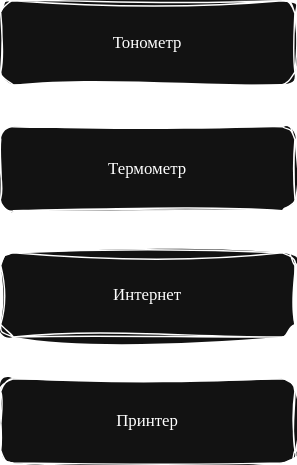
Earlier version of the draw.io export test_2.drawio.svg (KhatsaevK/drawio). Source tidied: cells renumbered, new cells last; positions are measured from the earlier drawing's top-left corner, leaving out a move shared by most shapes.
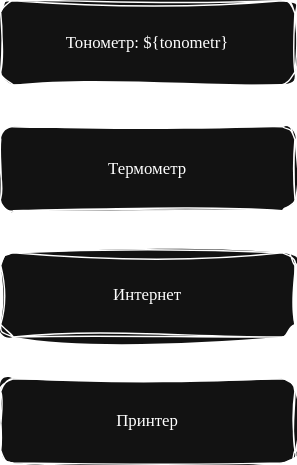
Above is the later version.

Diff of the diagram source:
```diff
@@ -2,7 +2,7 @@
   <root>
     <mxCell id="0" />
     <mxCell id="1" parent="0" />
-    <mxCell id="2" value="Тонометр" style="rounded=1;whiteSpace=wrap;html=1;sketch=1;hachureGap=4;jiggle=2;curveFitting=1;fontFamily=Times New Roman;" parent="1" vertex="1">
+    <mxCell id="2" value="Тонометр: ${tonometr}" style="rounded=1;whiteSpace=wrap;html=1;sketch=1;hachureGap=4;jiggle=2;curveFitting=1;fontFamily=Times New Roman;" parent="1" vertex="1">
       <mxGeometry width="210" height="60" as="geometry" />
     </mxCell>
     <mxCell id="3" value="Термометр" style="rounded=1;whiteSpace=wrap;html=1;sketch=1;hachureGap=4;jiggle=2;curveFitting=1;fontFamily=Times New Roman;" parent="1" vertex="1">
```
